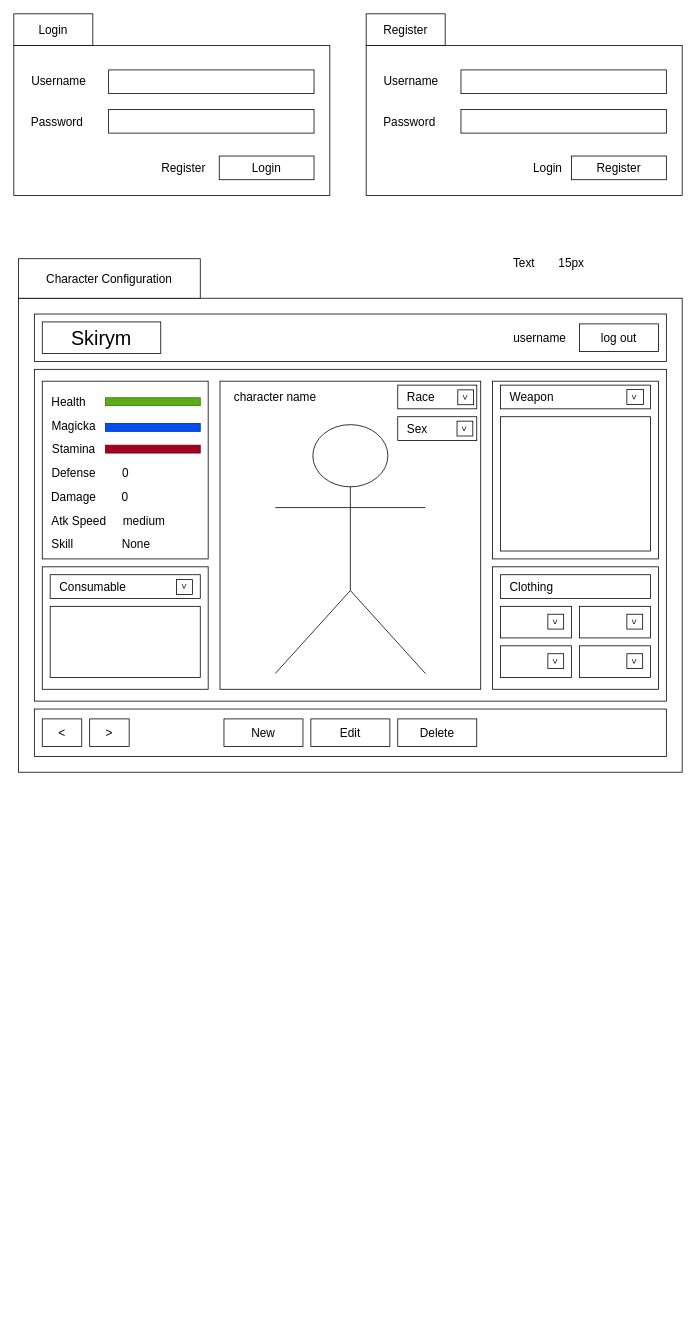
Earlier version of the draw.io diagram Diagrams/character_config_page.drawio (Joel6v/PraktikumZuehlke). Source tidied: cells renumbered, new cells numbered last; positions are measured from the earlier drawing's top-left corner, leaving out a move shared by most shapes. Both pictures are drawn from the tidied source at 79%, with x=0, y=0 at pixel (13, 13).
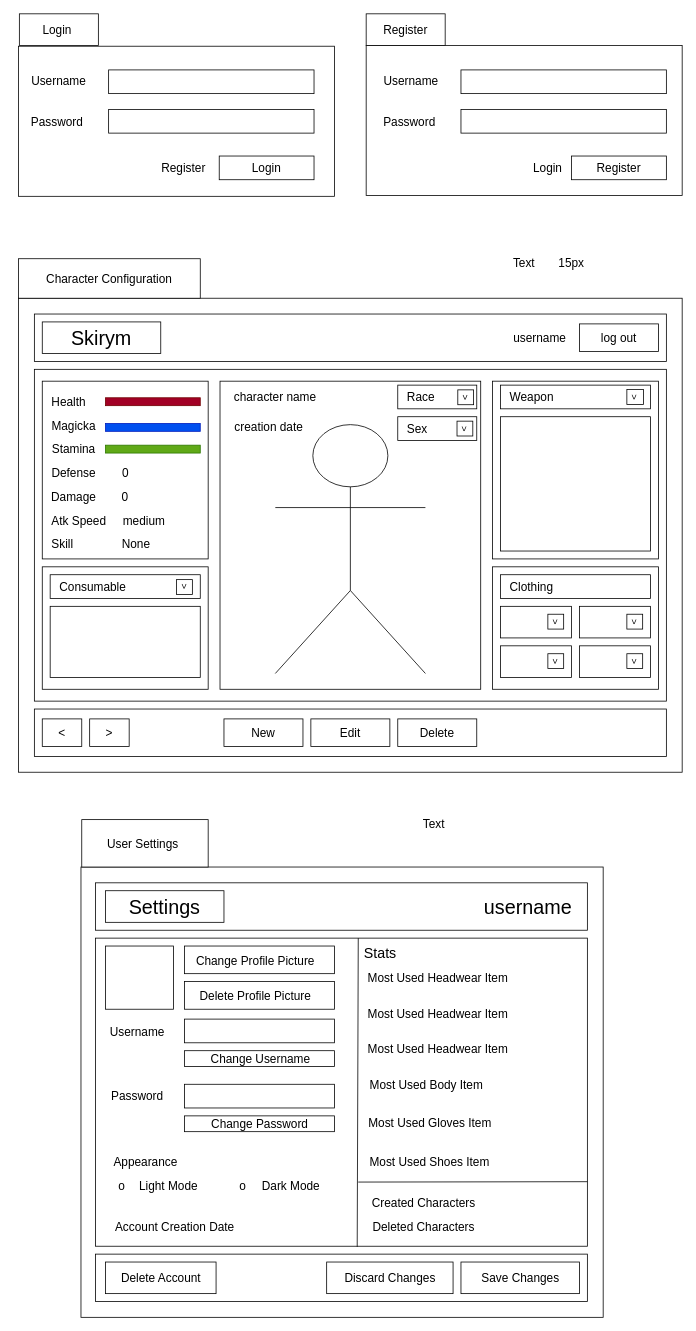
After the change.

Commit message (it also covers changes not shown here):
add settings window, add settings mockup, edit image, edit register window, edit main window

The edit, as a diff of the source:
```diff
@@
     <mxCell id="2" style="rounded=0;whiteSpace=wrap;html=1;" parent="1" vertex="1">
-      <mxGeometry y="40" width="400" height="190" as="geometry" />
+      <mxGeometry x="6" y="41" width="400" height="190" as="geometry" />
     </mxCell>
@@
-    <mxCell id="44" style="rounded=0;whiteSpace=wrap;html=1;fillColor=#60a917;fontColor=#ffffff;strokeColor=#2D7600;" parent="1" vertex="1">
+    <mxCell id="44" style="rounded=0;whiteSpace=wrap;html=1;fillColor=#a20025;fontColor=#ffffff;strokeColor=#6F0000;" parent="1" vertex="1">
       <mxGeometry x="116" y="486" width="120" height="10" as="geometry" />
     </mxCell>
@@
-    <mxCell id="46" style="rounded=0;whiteSpace=wrap;html=1;fillColor=#a20025;fontColor=#ffffff;strokeColor=#6F0000;" parent="1" vertex="1">
+    <mxCell id="46" style="rounded=0;whiteSpace=wrap;html=1;fillColor=#60a917;fontColor=#ffffff;strokeColor=#2D7600;" parent="1" vertex="1">
       <mxGeometry x="116" y="546" width="120" height="10" as="geometry" />
     </mxCell>
@@
     <mxCell id="104" style="rounded=0;whiteSpace=wrap;html=1;" parent="1" vertex="1">
-      <mxGeometry width="100" height="40" as="geometry" />
+      <mxGeometry x="7" width="100" height="40" as="geometry" />
     </mxCell>
     <mxCell id="105" value="&lt;font style=&quot;font-size: 15px;&quot;&gt;Login&lt;/font&gt;" style="text;html=1;align=center;verticalAlign=middle;whiteSpace=wrap;rounded=0;" parent="1" vertex="1">
-      <mxGeometry x="20" y="5" width="60" height="30" as="geometry" />
+      <mxGeometry x="25" y="5" width="60" height="30" as="geometry" />
     </mxCell>
@@
+    <mxCell id="119" style="rounded=0;whiteSpace=wrap;html=1;" parent="1" vertex="1">
+      <mxGeometry x="85" y="1080" width="661" height="570" as="geometry" />
+    </mxCell>
+    <mxCell id="120" style="rounded=0;whiteSpace=wrap;html=1;" parent="1" vertex="1">
+      <mxGeometry x="86" y="1020" width="160" height="60" as="geometry" />
+    </mxCell>
+    <mxCell id="121" value="&lt;font style=&quot;font-size: 15px;&quot;&gt;User Settings&lt;/font&gt;" style="text;html=1;align=center;verticalAlign=middle;whiteSpace=wrap;rounded=0;" parent="1" vertex="1">
+      <mxGeometry x="111" y="1035" width="105" height="30" as="geometry" />
+    </mxCell>
+    <mxCell id="122" style="rounded=0;whiteSpace=wrap;html=1;" parent="1" vertex="1">
+      <mxGeometry x="103.5" y="1170" width="622.5" height="390" as="geometry" />
+    </mxCell>
+    <mxCell id="123" style="rounded=0;whiteSpace=wrap;html=1;" parent="1" vertex="1">
+      <mxGeometry x="103.5" y="1570" width="622.5" height="60" as="geometry" />
+    </mxCell>
+    <mxCell id="124" style="rounded=0;whiteSpace=wrap;html=1;" parent="1" vertex="1">
+      <mxGeometry x="103.5" y="1100" width="622.5" height="60" as="geometry" />
+    </mxCell>
+    <mxCell id="125" value="&lt;font style=&quot;font-size: 15px;&quot;&gt;Text&lt;/font&gt;" style="text;html=1;align=center;verticalAlign=middle;whiteSpace=wrap;rounded=0;" parent="1" vertex="1">
+      <mxGeometry x="502" y="1010" width="60" height="30" as="geometry" />
+    </mxCell>
+    <mxCell id="126" value="&lt;span style=&quot;font-size: 15px;&quot;&gt;Username&lt;/span&gt;" style="text;html=1;align=center;verticalAlign=middle;whiteSpace=wrap;rounded=0;" parent="1" vertex="1">
+      <mxGeometry x="103.5" y="1272.5" width="105" height="30" as="geometry" />
+    </mxCell>
+    <mxCell id="127" value="&lt;font style=&quot;font-size: 15px;&quot;&gt;Password&lt;/font&gt;" style="text;html=1;align=center;verticalAlign=middle;whiteSpace=wrap;rounded=0;" parent="1" vertex="1">
+      <mxGeometry x="103.5" y="1355" width="105" height="30" as="geometry" />
+    </mxCell>
+    <mxCell id="128" value="&lt;font style=&quot;font-size: 15px;&quot;&gt;Created Characters&lt;/font&gt;" style="text;html=1;align=center;verticalAlign=middle;whiteSpace=wrap;rounded=0;" parent="1" vertex="1">
+      <mxGeometry x="448.8" y="1490" width="140" height="30" as="geometry" />
+    </mxCell>
+    <mxCell id="129" value="&lt;font style=&quot;font-size: 15px;&quot;&gt;Light Mode&lt;/font&gt;" style="text;html=1;align=center;verticalAlign=middle;whiteSpace=wrap;rounded=0;" parent="1" vertex="1">
+      <mxGeometry x="145.5" y="1467.5" width="100" height="30" as="geometry" />
+    </mxCell>
+    <mxCell id="130" value="&lt;font style=&quot;font-size: 15px;&quot;&gt;Dark Mode&lt;/font&gt;" style="text;html=1;align=center;verticalAlign=middle;whiteSpace=wrap;rounded=0;" parent="1" vertex="1">
+      <mxGeometry x="300.5" y="1467.5" width="100" height="30" as="geometry" />
+    </mxCell>
+    <mxCell id="131" value="&lt;font style=&quot;font-size: 15px;&quot;&gt;Appearance&lt;/font&gt;" style="text;html=1;align=center;verticalAlign=middle;whiteSpace=wrap;rounded=0;" parent="1" vertex="1">
+      <mxGeometry x="107" y="1437.5" width="120" height="30" as="geometry" />
+    </mxCell>
+    <mxCell id="132" value="&lt;font style=&quot;font-size: 15px;&quot;&gt;o&lt;/font&gt;" style="text;html=1;align=center;verticalAlign=middle;whiteSpace=wrap;rounded=0;" parent="1" vertex="1">
+      <mxGeometry x="107" y="1467.5" width="60" height="30" as="geometry" />
+    </mxCell>
+    <mxCell id="133" value="&lt;font style=&quot;font-size: 15px;&quot;&gt;o&lt;/font&gt;" style="text;html=1;align=center;verticalAlign=middle;whiteSpace=wrap;rounded=0;" parent="1" vertex="1">
+      <mxGeometry x="259.5" y="1467.5" width="60" height="30" as="geometry" />
+    </mxCell>
+    <mxCell id="134" style="rounded=0;whiteSpace=wrap;html=1;" parent="1" vertex="1">
+      <mxGeometry x="116" y="1580" width="140" height="40" as="geometry" />
+    </mxCell>
+    <mxCell id="135" value="&lt;font style=&quot;font-size: 15px;&quot;&gt;Delete Account&lt;/font&gt;" style="text;html=1;align=center;verticalAlign=middle;whiteSpace=wrap;rounded=0;" parent="1" vertex="1">
+      <mxGeometry x="130.5" y="1585" width="111" height="30" as="geometry" />
+    </mxCell>
+    <mxCell id="136" style="group;" parent="1" vertex="1">
+      <mxGeometry x="116" y="1110" width="150" height="40" as="geometry" />
+    </mxCell>
+    <mxCell id="137" style="rounded=0;whiteSpace=wrap;html=1;" parent="136" vertex="1">
+      <mxGeometry width="150" height="40" as="geometry" />
+    </mxCell>
+    <mxCell id="138" value="&lt;font style=&quot;font-size: 25px;&quot;&gt;Settings&lt;/font&gt;" style="text;html=1;align=center;verticalAlign=middle;whiteSpace=wrap;rounded=0;" parent="136" vertex="1">
+      <mxGeometry x="10" y="5" width="130" height="30" as="geometry" />
+    </mxCell>
+    <mxCell id="139" value="&lt;font style=&quot;font-size: 25px;&quot;&gt;username&lt;/font&gt;" style="text;html=1;align=center;verticalAlign=middle;whiteSpace=wrap;rounded=0;" parent="1" vertex="1">
+      <mxGeometry x="586" y="1115" width="130" height="30" as="geometry" />
+    </mxCell>
+    <mxCell id="140" value="&lt;font style=&quot;font-size: 15px;&quot;&gt;creation date&lt;/font&gt;" style="text;html=1;align=center;verticalAlign=middle;whiteSpace=wrap;rounded=0;" parent="1" vertex="1">
+      <mxGeometry x="273" y="508" width="100" height="30" as="geometry" />
+    </mxCell>
+    <mxCell id="141" style="rounded=0;whiteSpace=wrap;html=1;" parent="1" vertex="1">
+      <mxGeometry x="566" y="1580" width="150" height="40" as="geometry" />
+    </mxCell>
+    <mxCell id="142" style="rounded=0;whiteSpace=wrap;html=1;" parent="1" vertex="1">
+      <mxGeometry x="396" y="1580" width="160" height="40" as="geometry" />
+    </mxCell>
+    <mxCell id="143" value="&lt;font style=&quot;font-size: 15px;&quot;&gt;Save Changes&lt;/font&gt;" style="text;html=1;align=center;verticalAlign=middle;whiteSpace=wrap;rounded=0;" parent="1" vertex="1">
+      <mxGeometry x="588.5" y="1585" width="105" height="30" as="geometry" />
+    </mxCell>
+    <mxCell id="144" value="&lt;font style=&quot;font-size: 15px;&quot;&gt;Discard Changes&lt;/font&gt;" style="text;html=1;align=center;verticalAlign=middle;whiteSpace=wrap;rounded=0;" parent="1" vertex="1">
+      <mxGeometry x="413.5" y="1585" width="125" height="30" as="geometry" />
+    </mxCell>
+    <mxCell id="145" style="rounded=0;whiteSpace=wrap;html=1;" parent="1" vertex="1">
+      <mxGeometry x="116" y="1180" width="86" height="80" as="geometry" />
+    </mxCell>
+    <mxCell id="146" style="rounded=0;whiteSpace=wrap;html=1;" parent="1" vertex="1">
+      <mxGeometry x="216" y="1180" width="190" height="35" as="geometry" />
+    </mxCell>
+    <mxCell id="147" value="&lt;font style=&quot;font-size: 15px;&quot;&gt;Change Profile Picture&lt;/font&gt;" style="text;html=1;align=center;verticalAlign=middle;whiteSpace=wrap;rounded=0;" parent="1" vertex="1">
+      <mxGeometry x="216" y="1190" width="180" height="15" as="geometry" />
+    </mxCell>
+    <mxCell id="148" style="rounded=0;whiteSpace=wrap;html=1;" parent="1" vertex="1">
+      <mxGeometry x="216" y="1225" width="190" height="35" as="geometry" />
+    </mxCell>
+    <mxCell id="149" value="&lt;font style=&quot;font-size: 15px;&quot;&gt;Delete Profile Picture&lt;/font&gt;" style="text;html=1;align=center;verticalAlign=middle;whiteSpace=wrap;rounded=0;" parent="1" vertex="1">
+      <mxGeometry x="226" y="1235" width="160" height="15" as="geometry" />
+    </mxCell>
+    <mxCell id="150" style="rounded=0;whiteSpace=wrap;html=1;" parent="1" vertex="1">
+      <mxGeometry x="216" y="1272.5" width="190" height="30" as="geometry" />
+    </mxCell>
+    <mxCell id="151" style="rounded=0;whiteSpace=wrap;html=1;" parent="1" vertex="1">
+      <mxGeometry x="216" y="1355" width="190" height="30" as="geometry" />
+    </mxCell>
+    <mxCell id="152" style="rounded=0;whiteSpace=wrap;html=1;" parent="1" vertex="1">
+      <mxGeometry x="216" y="1312.5" width="190" height="20" as="geometry" />
+    </mxCell>
+    <mxCell id="153" value="&lt;font style=&quot;font-size: 15px;&quot;&gt;Change Username&lt;/font&gt;" style="text;html=1;align=center;verticalAlign=middle;whiteSpace=wrap;rounded=0;" parent="1" vertex="1">
+      <mxGeometry x="239" y="1307.5" width="147" height="30" as="geometry" />
+    </mxCell>
+    <mxCell id="154" style="rounded=0;whiteSpace=wrap;html=1;" parent="1" vertex="1">
+      <mxGeometry x="216" y="1395" width="190" height="20" as="geometry" />
+    </mxCell>
+    <mxCell id="155" value="&lt;font style=&quot;font-size: 15px;&quot;&gt;Change Password&lt;/font&gt;" style="text;html=1;align=center;verticalAlign=middle;whiteSpace=wrap;rounded=0;" parent="1" vertex="1">
+      <mxGeometry x="237.5" y="1390" width="147" height="30" as="geometry" />
+    </mxCell>
+    <mxCell id="156" value="&lt;font style=&quot;font-size: 15px;&quot;&gt;Deleted Characters&lt;/font&gt;" style="text;html=1;align=center;verticalAlign=middle;whiteSpace=wrap;rounded=0;" parent="1" vertex="1">
+      <mxGeometry x="448.8" y="1520" width="140" height="30" as="geometry" />
+    </mxCell>
+    <mxCell id="157" style="endArrow=none;html=1;rounded=0;exitX=0.532;exitY=1.002;exitDx=0;exitDy=0;exitPerimeter=0;" parent="1" edge="1" source="122">
+      <mxGeometry relative="1" as="geometry">
+        <mxPoint x="436" y="1170" as="targetPoint" />
+      </mxGeometry>
+    </mxCell>
+    <mxCell id="158" value="&lt;font style=&quot;font-size: 15px;&quot;&gt;Most Used Headwear Item&lt;/font&gt;" style="text;html=1;align=center;verticalAlign=middle;whiteSpace=wrap;rounded=0;" parent="1" vertex="1">
+      <mxGeometry x="447.4" y="1295" width="180" height="30" as="geometry" />
+    </mxCell>
+    <mxCell id="159" value="&lt;font style=&quot;font-size: 15px;&quot;&gt;Most Used Body Item&lt;/font&gt;" style="text;html=1;align=center;verticalAlign=middle;whiteSpace=wrap;rounded=0;" parent="1" vertex="1">
+      <mxGeometry x="444.6" y="1340" width="154.5" height="30" as="geometry" />
+    </mxCell>
+    <mxCell id="160" value="&lt;font style=&quot;font-size: 15px;&quot;&gt;Most Used Gloves Item&lt;/font&gt;" style="text;html=1;align=center;verticalAlign=middle;whiteSpace=wrap;rounded=0;" parent="1" vertex="1">
+      <mxGeometry x="447.4" y="1387.5" width="160" height="30" as="geometry" />
+    </mxCell>
+    <mxCell id="161" value="&lt;font style=&quot;font-size: 15px;&quot;&gt;Most Used Shoes Item&lt;/font&gt;" style="text;html=1;align=center;verticalAlign=middle;whiteSpace=wrap;rounded=0;" parent="1" vertex="1">
+      <mxGeometry x="444.6" y="1437.5" width="163" height="30" as="geometry" />
+    </mxCell>
+    <mxCell id="162" value="&lt;font style=&quot;font-size: 15px;&quot;&gt;Most Used Headwear Item&lt;/font&gt;" style="text;html=1;align=center;verticalAlign=middle;whiteSpace=wrap;rounded=0;" parent="1" vertex="1">
+      <mxGeometry x="447.4" y="1250" width="180" height="30" as="geometry" />
+    </mxCell>
+    <mxCell id="163" value="&lt;font style=&quot;font-size: 15px;&quot;&gt;Most Used Headwear Item&lt;/font&gt;" style="text;html=1;align=center;verticalAlign=middle;whiteSpace=wrap;rounded=0;" parent="1" vertex="1">
+      <mxGeometry x="447.4" y="1205" width="180" height="30" as="geometry" />
+    </mxCell>
+    <mxCell id="164" style="endArrow=none;html=1;rounded=0;entryX=1;entryY=0.75;entryDx=0;entryDy=0;" parent="1" edge="1">
+      <mxGeometry relative="1" as="geometry">
+        <mxPoint x="436" y="1478.8" as="sourcePoint" />
+        <mxPoint x="726" y="1478.3" as="targetPoint" />
+      </mxGeometry>
+    </mxCell>
+    <mxCell id="165" value="&lt;font style=&quot;font-size: 18px;&quot;&gt;Stats&lt;/font&gt;" style="text;html=1;align=center;verticalAlign=middle;whiteSpace=wrap;rounded=0;" parent="1" vertex="1">
+      <mxGeometry x="442" y="1175" width="44" height="30" as="geometry" />
+    </mxCell>
+    <mxCell id="166" value="&lt;span style=&quot;font-size: 15px;&quot;&gt;Account Creation Date&lt;/span&gt;" style="text;html=1;align=center;verticalAlign=middle;whiteSpace=wrap;rounded=0;" parent="1" vertex="1">
+      <mxGeometry x="123.5" y="1520" width="160" height="30" as="geometry" />
+    </mxCell>
```
